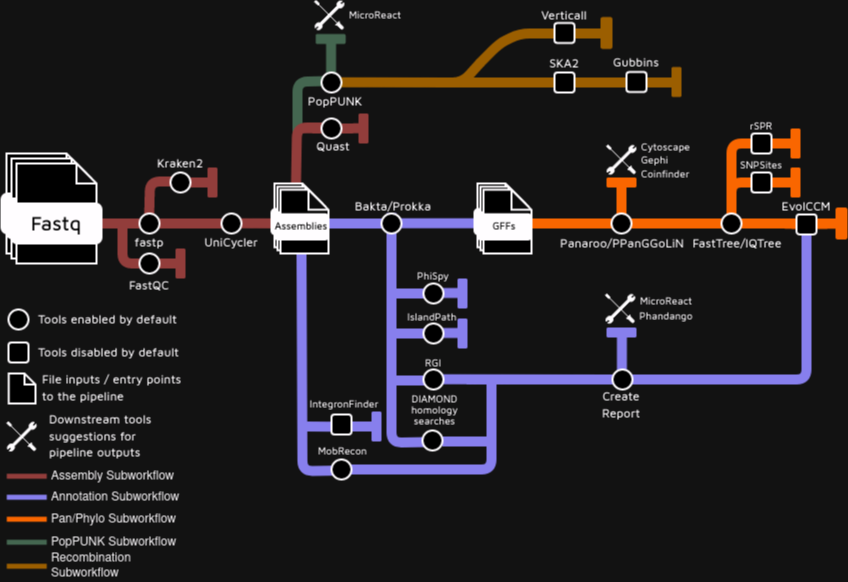
Before: assets/arete.diagram.png, a diagram exported from draw.io (beiko-lab/arete). Source tidied: cells renumbered, new cells last; positions are measured from the earlier drawing's top-left corner, leaving out a move shared by most shapes.
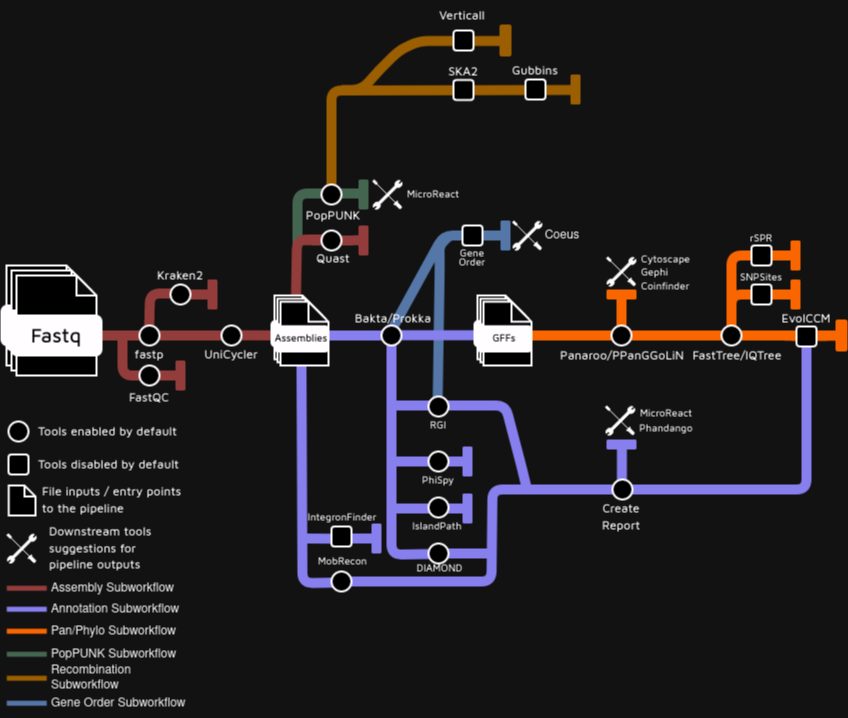
After the commit.

Commit message:
feat: Add gene order entry (#176)

Diff of the diagram source:
```diff
@@ -4,20 +4,88 @@
     <mxCell id="1" parent="0" />
-    <mxCell id="2" style="endArrow=none;html=1;rounded=1;strokeWidth=10;strokeColor=#86A992;fillColor=#e1d5e7;" parent="1" edge="1">
-      <mxGeometry relative="1" as="geometry">
-        <mxPoint x="329.6" y="87.5" as="sourcePoint" />
-        <mxPoint x="329.6" y="42.5" as="targetPoint" />
-      </mxGeometry>
-    </mxCell>
-    <mxCell id="3" style="endArrow=none;html=1;rounded=1;strokeWidth=10;strokeColor=#d79b00;fillColor=#ffe6cc;" parent="1" edge="1">
-      <mxGeometry relative="1" as="geometry">
-        <mxPoint x="320" y="82.7" as="sourcePoint" />
-        <mxPoint x="450" y="83" as="targetPoint" />
-      </mxGeometry>
-    </mxCell>
+    <mxCell id="153" style="endArrow=none;html=1;rounded=1;strokeWidth=10;strokeColor=#6C8EBF;" parent="1" edge="1">
+      <mxGeometry relative="1" as="geometry">
+        <mxPoint x="436" y="301" as="sourcePoint" />
+        <mxPoint x="448" y="124" as="targetPoint" />
+        <Array as="points">
+          <mxPoint x="438.2" y="154" />
+          <mxPoint x="438" y="134" />
+        </Array>
+      </mxGeometry>
+    </mxCell>
+    <mxCell id="154" style="endArrow=none;html=1;rounded=1;strokeWidth=10;fillColor=#dae8fc;strokeColor=#6c8ebf;" parent="1" edge="1" source="160">
+      <mxGeometry relative="1" as="geometry">
+        <mxPoint x="386.6" y="225" as="targetPoint" />
+        <Array as="points">
+          <mxPoint x="442" y="124" />
+        </Array>
+      </mxGeometry>
+    </mxCell>
+    <mxCell id="52" style="rounded=1;whiteSpace=wrap;html=1;strokeWidth=2;strokeColor=#d79b00;fillColor=#D79B00;" parent="1" vertex="1">
+      <mxGeometry x="499" y="-86" width="10" height="30" as="geometry" />
+    </mxCell>
+    <mxCell id="53" style="rounded=1;whiteSpace=wrap;html=1;strokeWidth=2;strokeColor=none;fillColor=#D79B00;" parent="1" vertex="1">
+      <mxGeometry x="569" y="-37" width="10" height="30" as="geometry" />
+    </mxCell>
+    <mxCell id="133" style="endArrow=none;html=1;rounded=1;strokeWidth=10;fillColor=#ffe6cc;strokeColor=#d79b00;" parent="1" edge="1">
+      <mxGeometry relative="1" as="geometry">
+        <mxPoint x="330" y="86" as="sourcePoint" />
+        <mxPoint x="569" y="-21.5" as="targetPoint" />
+        <Array as="points">
+          <mxPoint x="330" y="-21" />
+        </Array>
+      </mxGeometry>
+    </mxCell>
+    <mxCell id="134" style="endArrow=none;html=1;rounded=1;strokeWidth=10;fillColor=#ffe6cc;strokeColor=#d79b00;" parent="1" edge="1">
+      <mxGeometry relative="1" as="geometry">
+        <mxPoint x="340" y="-21.5" as="sourcePoint" />
+        <mxPoint x="378" y="-41.5" as="targetPoint" />
+        <Array as="points">
+          <mxPoint x="360" y="-21.5" />
+        </Array>
+      </mxGeometry>
+    </mxCell>
+    <mxCell id="135" style="endArrow=none;html=1;rounded=1;strokeWidth=10;fillColor=#ffe6cc;strokeColor=#d79b00;" parent="1" edge="1">
+      <mxGeometry relative="1" as="geometry">
+        <mxPoint x="499" y="-70.5" as="sourcePoint" />
+        <mxPoint x="377" y="-40.5" as="targetPoint" />
+        <Array as="points">
+          <mxPoint x="417" y="-70.5" />
+          <mxPoint x="397" y="-60.5" />
+        </Array>
+      </mxGeometry>
+    </mxCell>
+    <mxCell id="136" style="rounded=1;whiteSpace=wrap;html=1;strokeWidth=2;" parent="1" vertex="1">
+      <mxGeometry x="452" y="-81" width="20" height="20" as="geometry" />
+    </mxCell>
+    <mxCell id="138" style="rounded=1;whiteSpace=wrap;html=1;strokeWidth=2;" parent="1" vertex="1">
+      <mxGeometry x="452" y="-31.5" width="20" height="20" as="geometry" />
+    </mxCell>
+    <mxCell id="139" value="&lt;font face=&quot;Maven Pro&quot;&gt;&lt;b&gt;SKA2&lt;/b&gt;&lt;/font&gt;" style="text;html=1;strokeColor=none;fillColor=none;align=center;verticalAlign=middle;whiteSpace=wrap;rounded=0;" parent="1" vertex="1">
+      <mxGeometry x="432" y="-55.5" width="60" height="30" as="geometry" />
+    </mxCell>
+    <mxCell id="140" style="rounded=1;whiteSpace=wrap;html=1;strokeWidth=2;" parent="1" vertex="1">
+      <mxGeometry x="524" y="-32" width="20" height="20" as="geometry" />
+    </mxCell>
+    <mxCell id="141" value="&lt;font face=&quot;Maven Pro&quot;&gt;&lt;b&gt;Gubbins&lt;/b&gt;&lt;/font&gt;" style="text;html=1;strokeColor=none;fillColor=none;align=center;verticalAlign=middle;whiteSpace=wrap;rounded=0;" parent="1" vertex="1">
+      <mxGeometry x="504" y="-56" width="60" height="30" as="geometry" />
+    </mxCell>
+    <mxCell id="155" style="rounded=1;whiteSpace=wrap;html=1;strokeWidth=2;strokeColor=none;fillColor=#86A992;" parent="1" vertex="1">
+      <mxGeometry x="357" y="68" width="10" height="30" as="geometry" />
+    </mxCell>
+    <mxCell id="156" style="endArrow=none;html=1;rounded=1;strokeWidth=10;fillColor=#e1d5e7;strokeColor=#726BD8;" parent="1" edge="1">
+      <mxGeometry relative="1" as="geometry">
+        <mxPoint x="441" y="294" as="sourcePoint" />
+        <mxPoint x="526" y="380" as="targetPoint" />
+        <Array as="points">
+          <mxPoint x="504" y="294" />
+          <mxPoint x="521" y="359" />
+        </Array>
+      </mxGeometry>
+    </mxCell>
-    <mxCell id="4" style="endArrow=none;html=1;rounded=1;strokeWidth=10;fillColor=#dae8fc;strokeColor=#86a992;entryX=1;entryY=0.5;entryDx=0;entryDy=0;" parent="1" edge="1">
+    <mxCell id="4" style="endArrow=none;html=1;rounded=1;strokeWidth=10;fillColor=#dae8fc;strokeColor=#86A992;" parent="1" edge="1">
       <mxGeometry relative="1" as="geometry">
         <mxPoint x="296" y="135.3" as="sourcePoint" />
-        <mxPoint x="339" y="81.3" as="targetPoint" />
+        <mxPoint x="360" y="82" as="targetPoint" />
         <Array as="points">
-          <mxPoint x="296" y="82.3" />
+          <mxPoint x="296" y="82" />
         </Array>
@@ -63,3 +131,3 @@
     <mxCell id="13" style="rounded=1;whiteSpace=wrap;html=1;strokeWidth=2;strokeColor=none;fillColor=#726bd8;" parent="1" vertex="1">
-      <mxGeometry x="456" y="319" width="10" height="30" as="geometry" />
+      <mxGeometry x="461" y="382" width="10" height="30" as="geometry" />
     </mxCell>
@@ -74,14 +142,2 @@
     </mxCell>
-    <mxCell id="16" style="endArrow=none;html=1;rounded=1;strokeWidth=10;strokeColor=#726bd8;" parent="1" edge="1">
-      <mxGeometry relative="1" as="geometry">
-        <mxPoint x="422" y="293.6" as="sourcePoint" />
-        <mxPoint x="458" y="293.6" as="targetPoint" />
-      </mxGeometry>
-    </mxCell>
-    <mxCell id="17" style="endArrow=none;html=1;rounded=1;strokeWidth=10;strokeColor=#726bd8;" parent="1" edge="1">
-      <mxGeometry relative="1" as="geometry">
-        <mxPoint x="422" y="333.6" as="sourcePoint" />
-        <mxPoint x="458" y="333.6" as="targetPoint" />
-      </mxGeometry>
-    </mxCell>
     <mxCell id="18" style="endArrow=none;html=1;rounded=1;strokeWidth=10;strokeColor=#FA6800;fillColor=#fa6800;" parent="1" edge="1" source="48" target="19">
@@ -92,8 +148,7 @@
     </mxCell>
-    <mxCell id="20" style="endArrow=none;html=1;rounded=1;strokeWidth=10;strokeColor=#726bd8;" parent="1" edge="1">
+    <mxCell id="20" style="endArrow=none;html=1;rounded=1;strokeWidth=10;strokeColor=#726bd8;" parent="1" edge="1" source="75">
       <mxGeometry relative="1" as="geometry">
-        <mxPoint x="465" y="380" as="sourcePoint" />
-        <mxPoint x="805" y="225" as="targetPoint" />
+        <mxPoint x="805" y="223" as="targetPoint" />
         <Array as="points">
-          <mxPoint x="805" y="380" />
+          <mxPoint x="805" y="378" />
         </Array>
@@ -110,7 +165,2 @@
     </mxCell>
-    <mxCell id="23" style="endArrow=none;html=1;rounded=1;strokeWidth=10;strokeColor=#726bd8;" parent="1" edge="1" target="75">
-      <mxGeometry relative="1" as="geometry">
-        <mxPoint x="441" y="379.7" as="sourcePoint" />
-      </mxGeometry>
-    </mxCell>
     <mxCell id="24" style="endArrow=none;html=1;rounded=1;strokeWidth=10;strokeColor=#F19C99;" parent="1" edge="1" target="77">
@@ -133,5 +183,6 @@
         <mxPoint x="330" y="470" as="sourcePoint" />
-        <mxPoint x="490" y="384" as="targetPoint" />
+        <mxPoint x="556" y="378" as="targetPoint" />
         <Array as="points">
           <mxPoint x="490" y="470" />
+          <mxPoint x="491" y="378" />
         </Array>
@@ -139,7 +190,2 @@
     </mxCell>
-    <mxCell id="28" style="endArrow=none;html=1;rounded=1;strokeWidth=10;strokeColor=#726bd8;" parent="1" edge="1" source="75">
-      <mxGeometry relative="1" as="geometry">
-        <mxPoint x="510" y="380" as="targetPoint" />
-      </mxGeometry>
-    </mxCell>
     <mxCell id="29" style="endArrow=none;html=1;rounded=1;strokeWidth=10;strokeColor=#726bd8;" parent="1" edge="1">
@@ -169,3 +215,3 @@
     <mxCell id="32" style="ellipse;whiteSpace=wrap;html=1;rounded=1;rotation=0;strokeWidth=2;direction=south;" parent="1" vertex="1">
-      <mxGeometry x="421" y="431" width="20" height="20" as="geometry" />
+      <mxGeometry x="427" y="432" width="20" height="20" as="geometry" />
     </mxCell>
@@ -267,8 +313,2 @@
     </mxCell>
-    <mxCell id="52" style="rounded=1;whiteSpace=wrap;html=1;strokeWidth=2;strokeColor=#d79b00;fillColor=#D79B00;" parent="1" vertex="1">
-      <mxGeometry x="600" y="18.5" width="10" height="30" as="geometry" />
-    </mxCell>
-    <mxCell id="53" style="rounded=1;whiteSpace=wrap;html=1;strokeWidth=2;strokeColor=none;fillColor=#D79B00;" parent="1" vertex="1">
-      <mxGeometry x="670" y="67.5" width="10" height="30" as="geometry" />
-    </mxCell>
     <mxCell id="54" style="ellipse;whiteSpace=wrap;html=1;rounded=1;rotation=0;strokeWidth=2;" parent="1" vertex="1">
@@ -320,4 +360,4 @@
       <mxGeometry relative="1" as="geometry">
-        <mxPoint x="386" y="381" as="sourcePoint" />
-        <mxPoint x="431" y="381" as="targetPoint" />
+        <mxPoint x="391" y="397" as="sourcePoint" />
+        <mxPoint x="461" y="397" as="targetPoint" />
       </mxGeometry>
@@ -326,4 +366,4 @@
       <mxGeometry relative="1" as="geometry">
-        <mxPoint x="386" y="334" as="sourcePoint" />
-        <mxPoint x="431" y="334" as="targetPoint" />
+        <mxPoint x="391" y="350" as="sourcePoint" />
+        <mxPoint x="462" y="350" as="targetPoint" />
       </mxGeometry>
@@ -337,13 +377,10 @@
     <mxCell id="72" style="ellipse;whiteSpace=wrap;html=1;rounded=1;rotation=0;strokeWidth=2;" parent="1" vertex="1">
-      <mxGeometry x="422" y="370" width="20" height="20" as="geometry" />
+      <mxGeometry x="427" y="386" width="20" height="20" as="geometry" />
     </mxCell>
     <mxCell id="73" style="ellipse;whiteSpace=wrap;html=1;rounded=1;rotation=0;strokeWidth=2;" parent="1" vertex="1">
-      <mxGeometry x="422" y="324" width="20" height="20" as="geometry" />
+      <mxGeometry x="427" y="340" width="20" height="20" as="geometry" />
     </mxCell>
     <mxCell id="74" style="ellipse;whiteSpace=wrap;html=1;rounded=1;rotation=0;strokeWidth=2;" parent="1" vertex="1">
-      <mxGeometry x="422" y="284" width="20" height="20" as="geometry" />
+      <mxGeometry x="427" y="285" width="20" height="20" as="geometry" />
     </mxCell>
-    <mxCell id="75" style="ellipse;whiteSpace=wrap;html=1;rounded=1;rotation=0;strokeWidth=2;" parent="1" vertex="1">
-      <mxGeometry x="611" y="370" width="20" height="20" as="geometry" />
-    </mxCell>
     <mxCell id="76" style="rounded=1;whiteSpace=wrap;html=1;strokeWidth=2;strokeColor=none;fillColor=#F19C99;" parent="1" vertex="1">
@@ -363,3 +400,3 @@
     <mxCell id="80" style="rounded=1;whiteSpace=wrap;html=1;strokeWidth=2;strokeColor=none;fillColor=#726bd8;" parent="1" vertex="1">
-      <mxGeometry x="456" y="279" width="10" height="30" as="geometry" />
+      <mxGeometry x="461" y="335" width="10" height="30" as="geometry" />
     </mxCell>
@@ -369,3 +406,3 @@
     <mxCell id="82" value="&lt;b&gt;&lt;font face=&quot;Maven Pro&quot;&gt;PopPUNK&lt;/font&gt;&lt;/b&gt;" style="text;html=1;strokeColor=none;fillColor=none;align=center;verticalAlign=middle;whiteSpace=wrap;rounded=0;" parent="1" vertex="1">
-      <mxGeometry x="304" y="87" width="60" height="30" as="geometry" />
+      <mxGeometry x="302" y="89" width="60" height="30" as="geometry" />
     </mxCell>
@@ -390,18 +427,18 @@
     <mxCell id="89" value="&lt;font size=&quot;1&quot; face=&quot;Maven Pro&quot;&gt;&lt;b&gt;IntegronFinder&lt;/b&gt;&lt;/font&gt;" style="text;html=1;strokeColor=none;fillColor=none;align=center;verticalAlign=middle;whiteSpace=wrap;rounded=0;" parent="1" vertex="1">
-      <mxGeometry x="313" y="390" width="60" height="30" as="geometry" />
+      <mxGeometry x="311.1" y="391" width="60" height="30" as="geometry" />
     </mxCell>
     <mxCell id="90" value="&lt;font size=&quot;1&quot; face=&quot;Maven Pro&quot;&gt;&lt;b&gt;&amp;nbsp;MobRecon&lt;br&gt;&lt;/b&gt;&lt;/font&gt;" style="text;html=1;strokeColor=none;fillColor=none;align=center;verticalAlign=middle;whiteSpace=wrap;rounded=0;" parent="1" vertex="1">
-      <mxGeometry x="310" y="437" width="60" height="30" as="geometry" />
+      <mxGeometry x="310" y="435" width="60" height="30" as="geometry" />
     </mxCell>
     <mxCell id="91" value="&lt;font size=&quot;1&quot; face=&quot;Maven Pro&quot;&gt;&lt;b&gt;PhiSpy&lt;/b&gt;&lt;/font&gt;" style="text;html=1;strokeColor=none;fillColor=none;align=center;verticalAlign=middle;whiteSpace=wrap;rounded=0;" parent="1" vertex="1">
-      <mxGeometry x="402" y="262" width="60" height="30" as="geometry" />
+      <mxGeometry x="407" y="354" width="60" height="30" as="geometry" />
     </mxCell>
     <mxCell id="92" value="&lt;font size=&quot;1&quot; face=&quot;Maven Pro&quot;&gt;&lt;b&gt;IslandPath&lt;/b&gt;&lt;/font&gt;" style="text;html=1;strokeColor=none;fillColor=none;align=center;verticalAlign=middle;whiteSpace=wrap;rounded=0;" parent="1" vertex="1">
-      <mxGeometry x="401" y="303" width="60" height="30" as="geometry" />
+      <mxGeometry x="406" y="400" width="60" height="30" as="geometry" />
     </mxCell>
     <mxCell id="93" value="&lt;font size=&quot;1&quot; face=&quot;Maven Pro&quot;&gt;&lt;b&gt;RGI&lt;/b&gt;&lt;/font&gt;" style="text;html=1;strokeColor=none;fillColor=none;align=center;verticalAlign=middle;whiteSpace=wrap;rounded=0;" parent="1" vertex="1">
-      <mxGeometry x="402" y="349" width="60" height="30" as="geometry" />
+      <mxGeometry x="407" y="299" width="60" height="30" as="geometry" />
     </mxCell>
-    <mxCell id="94" value="&lt;p style=&quot;line-height: 80%;&quot;&gt;&lt;font size=&quot;1&quot; face=&quot;Maven Pro&quot;&gt;&lt;b&gt;DIAMOND homology searches&lt;br&gt;&lt;/b&gt;&lt;/font&gt;&lt;/p&gt;" style="text;html=1;strokeColor=none;fillColor=none;align=center;verticalAlign=middle;whiteSpace=wrap;rounded=0;" parent="1" vertex="1">
-      <mxGeometry x="394.5" y="396" width="77" height="30" as="geometry" />
+    <mxCell id="94" value="&lt;p style=&quot;line-height: 80%;&quot;&gt;&lt;font size=&quot;1&quot; face=&quot;Maven Pro&quot;&gt;&lt;b&gt;DIAMOND&lt;br&gt;&lt;/b&gt;&lt;/font&gt;&lt;/p&gt;" style="text;html=1;strokeColor=none;fillColor=none;align=center;verticalAlign=middle;whiteSpace=wrap;rounded=0;" parent="1" vertex="1">
+      <mxGeometry x="400" y="442" width="77" height="30" as="geometry" />
     </mxCell>
@@ -538,56 +575,10 @@
     </mxCell>
-    <mxCell id="133" style="endArrow=none;html=1;rounded=1;strokeWidth=10;fillColor=#ffe6cc;strokeColor=#d79b00;" parent="1" edge="1">
-      <mxGeometry relative="1" as="geometry">
-        <mxPoint x="442" y="83" as="sourcePoint" />
-        <mxPoint x="670" y="83" as="targetPoint" />
-        <Array as="points">
-          <mxPoint x="462" y="83" />
-        </Array>
-      </mxGeometry>
-    </mxCell>
-    <mxCell id="134" style="endArrow=none;html=1;rounded=1;strokeWidth=10;fillColor=#ffe6cc;strokeColor=#d79b00;" parent="1" edge="1">
-      <mxGeometry relative="1" as="geometry">
-        <mxPoint x="441" y="83" as="sourcePoint" />
-        <mxPoint x="479" y="63" as="targetPoint" />
-        <Array as="points">
-          <mxPoint x="461" y="83" />
-        </Array>
-      </mxGeometry>
-    </mxCell>
-    <mxCell id="135" style="endArrow=none;html=1;rounded=1;strokeWidth=10;fillColor=#ffe6cc;strokeColor=#d79b00;" parent="1" edge="1">
-      <mxGeometry relative="1" as="geometry">
-        <mxPoint x="600" y="34" as="sourcePoint" />
-        <mxPoint x="478" y="64" as="targetPoint" />
-        <Array as="points">
-          <mxPoint x="518" y="34" />
-          <mxPoint x="498" y="44" />
-        </Array>
-      </mxGeometry>
-    </mxCell>
-    <mxCell id="136" style="rounded=1;whiteSpace=wrap;html=1;strokeWidth=2;" parent="1" vertex="1">
-      <mxGeometry x="553" y="23.5" width="20" height="20" as="geometry" />
-    </mxCell>
     <mxCell id="137" value="&lt;font face=&quot;Maven Pro&quot;&gt;&lt;b&gt;Verticall&lt;/b&gt;&lt;/font&gt;" style="text;html=1;strokeColor=none;fillColor=none;align=center;verticalAlign=middle;whiteSpace=wrap;rounded=0;" parent="1" vertex="1">
-      <mxGeometry x="533" y="0.5" width="60" height="30" as="geometry" />
+      <mxGeometry x="431" y="-111" width="60" height="30" as="geometry" />
     </mxCell>
-    <mxCell id="138" style="rounded=1;whiteSpace=wrap;html=1;strokeWidth=2;" parent="1" vertex="1">
-      <mxGeometry x="553" y="73" width="20" height="20" as="geometry" />
-    </mxCell>
-    <mxCell id="139" value="&lt;font face=&quot;Maven Pro&quot;&gt;&lt;b&gt;SKA2&lt;/b&gt;&lt;/font&gt;" style="text;html=1;strokeColor=none;fillColor=none;align=center;verticalAlign=middle;whiteSpace=wrap;rounded=0;" parent="1" vertex="1">
-      <mxGeometry x="533" y="49" width="60" height="30" as="geometry" />
-    </mxCell>
-    <mxCell id="140" style="rounded=1;whiteSpace=wrap;html=1;strokeWidth=2;" parent="1" vertex="1">
-      <mxGeometry x="625" y="72.5" width="20" height="20" as="geometry" />
-    </mxCell>
-    <mxCell id="141" value="&lt;font face=&quot;Maven Pro&quot;&gt;&lt;b&gt;Gubbins&lt;/b&gt;&lt;/font&gt;" style="text;html=1;strokeColor=none;fillColor=none;align=center;verticalAlign=middle;whiteSpace=wrap;rounded=0;" parent="1" vertex="1">
-      <mxGeometry x="605" y="48.5" width="60" height="30" as="geometry" />
-    </mxCell>
-    <mxCell id="142" style="rounded=1;whiteSpace=wrap;html=1;strokeWidth=2;strokeColor=none;fillColor=#86A992;rotation=90;" parent="1" vertex="1">
-      <mxGeometry x="324.1" y="24.5" width="10" height="30" as="geometry" />
-    </mxCell>
     <mxCell id="143" style="html=1;verticalLabelPosition=bottom;align=center;labelBackgroundColor=#ffffff;verticalAlign=top;strokeWidth=1;strokeColor=#000000;shadow=0;dashed=0;shape=mxgraph.ios7.icons.tools;fillColor=#000000;" parent="1" vertex="1">
-      <mxGeometry x="313" y="0.8" width="29.7" height="29.7" as="geometry" />
+      <mxGeometry x="371.1" y="68.3" width="29.7" height="29.7" as="geometry" />
     </mxCell>
     <mxCell id="144" value="&lt;div style=&quot;font-size: 10px; line-height: 60%;&quot;&gt;&lt;font face=&quot;Maven Pro&quot; style=&quot;font-size: 10px;&quot;&gt;&lt;b&gt;MicroReact&lt;/b&gt;&lt;/font&gt;&lt;/div&gt;" style="text;html=1;strokeColor=none;fillColor=none;align=center;verticalAlign=middle;whiteSpace=wrap;rounded=0;" parent="1" vertex="1">
-      <mxGeometry x="343.9" y="0.5" width="60" height="30" as="geometry" />
+      <mxGeometry x="402" y="68" width="60" height="30" as="geometry" />
     </mxCell>
@@ -628,2 +619,39 @@
     </mxCell>
+    <mxCell id="157" style="endArrow=none;html=1;rounded=1;strokeWidth=10;strokeColor=#726bd8;" parent="1" edge="1" target="75">
+      <mxGeometry relative="1" as="geometry">
+        <mxPoint x="550" y="378" as="sourcePoint" />
+      </mxGeometry>
+    </mxCell>
+    <mxCell id="75" style="ellipse;whiteSpace=wrap;html=1;rounded=1;rotation=0;strokeWidth=2;" parent="1" vertex="1">
+      <mxGeometry x="611" y="368" width="20" height="20" as="geometry" />
+    </mxCell>
+    <mxCell id="158" style="rounded=1;whiteSpace=wrap;html=1;strokeWidth=2;strokeColor=none;fillColor=#6C8EBF;" parent="1" vertex="1">
+      <mxGeometry x="499" y="109" width="10" height="30" as="geometry" />
+    </mxCell>
+    <mxCell id="159" style="endArrow=none;html=1;rounded=1;strokeWidth=10;fillColor=#dae8fc;strokeColor=#6c8ebf;" parent="1" edge="1" target="160">
+      <mxGeometry relative="1" as="geometry">
+        <mxPoint x="500" y="124" as="sourcePoint" />
+      </mxGeometry>
+    </mxCell>
+    <mxCell id="160" style="rounded=1;whiteSpace=wrap;html=1;strokeWidth=2;" parent="1" vertex="1">
+      <mxGeometry x="461" y="114" width="20" height="20" as="geometry" />
+    </mxCell>
+    <mxCell id="161" value="&lt;p style=&quot;line-height: 0%;&quot;&gt;&lt;/p&gt;&lt;div style=&quot;font-size: 10px; line-height: 80%;&quot;&gt;&lt;font style=&quot;font-size: 10px;&quot; face=&quot;Maven Pro&quot;&gt;&lt;b&gt;Gene&lt;/b&gt;&lt;/font&gt;&lt;/div&gt;&lt;div style=&quot;font-size: 10px; line-height: 80%;&quot;&gt;&lt;font style=&quot;font-size: 10px;&quot; face=&quot;Maven Pro&quot;&gt;&lt;b&gt;Order&lt;br&gt;&lt;/b&gt;&lt;/font&gt;&lt;/div&gt;&lt;p&gt;&lt;/p&gt;" style="text;html=1;strokeColor=none;fillColor=none;align=center;verticalAlign=middle;whiteSpace=wrap;rounded=0;" parent="1" vertex="1">
+      <mxGeometry x="441" y="131" width="60" height="30" as="geometry" />
+    </mxCell>
+    <mxCell id="162" style="html=1;verticalLabelPosition=bottom;align=center;labelBackgroundColor=#ffffff;verticalAlign=top;strokeWidth=1;strokeColor=#000000;shadow=0;dashed=0;shape=mxgraph.ios7.icons.tools;fillColor=#000000;" parent="1" vertex="1">
+      <mxGeometry x="511" y="109.3" width="29.7" height="29.7" as="geometry" />
+    </mxCell>
+    <mxCell id="163" value="&lt;div&gt;Coeus&lt;/div&gt;" style="text;html=1;strokeColor=none;fillColor=none;align=center;verticalAlign=middle;whiteSpace=wrap;rounded=0;" parent="1" vertex="1">
+      <mxGeometry x="531" y="109" width="60" height="30" as="geometry" />
+    </mxCell>
+    <mxCell id="164" style="endArrow=none;html=1;rounded=1;strokeWidth=5;strokeColor=#6C8EBF;fillColor=#ffe6cc;" parent="1" edge="1">
+      <mxGeometry relative="1" as="geometry">
+        <mxPoint x="5.3" y="591.7" as="sourcePoint" />
+        <mxPoint x="45.3" y="591.7" as="targetPoint" />
+      </mxGeometry>
+    </mxCell>
+    <mxCell id="165" value="Gene Order Subworkflow" style="text;html=1;strokeColor=none;fillColor=none;align=left;verticalAlign=middle;whiteSpace=wrap;rounded=0;" parent="1" vertex="1">
+      <mxGeometry x="48" y="577" width="150" height="30" as="geometry" />
+    </mxCell>
   </root>
```
